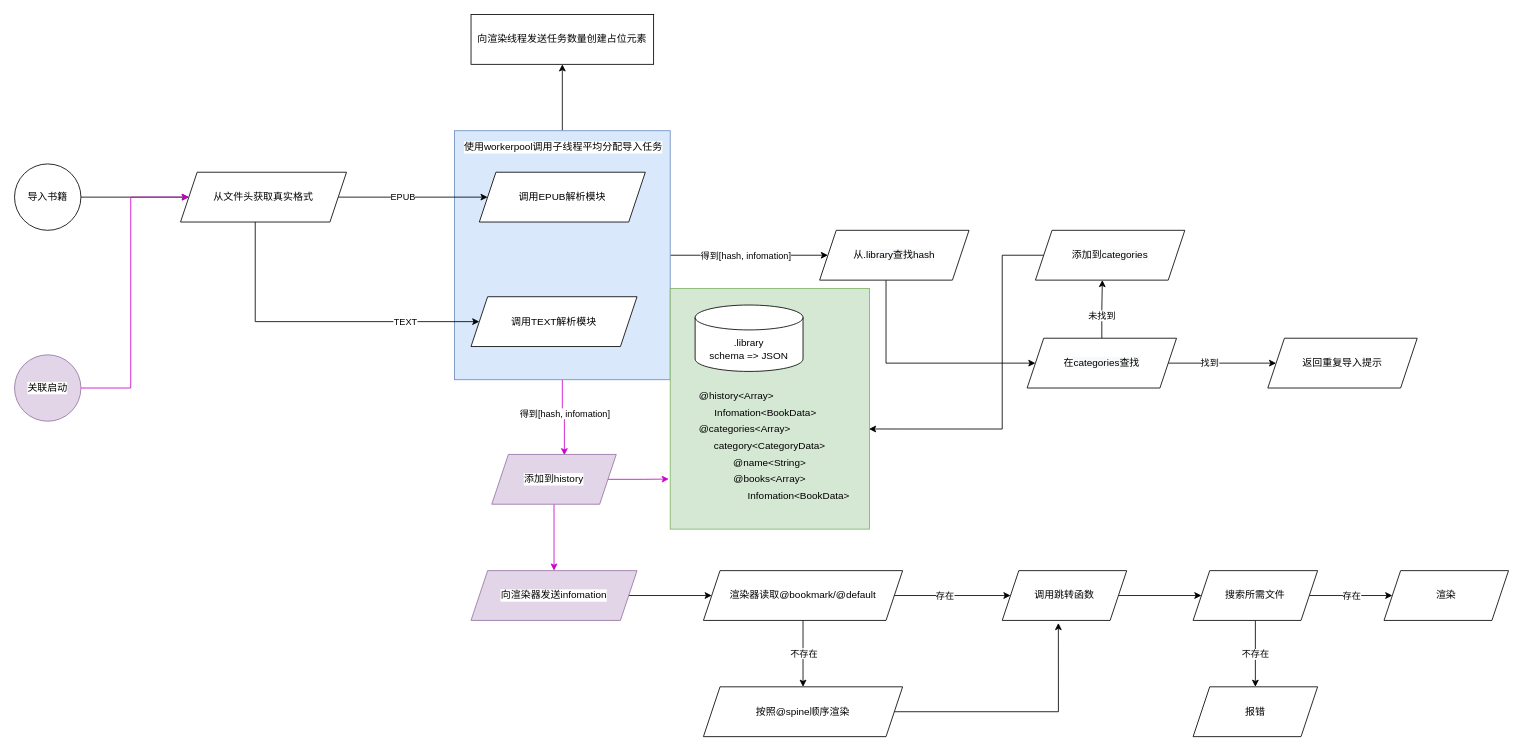
Above: page "Main" (1 of 4) of blueprint/Process.drawio in nsplup/aReader (draw.io), before the change. Source tidied: cells renumbered, new cells numbered last; positions are measured from the earlier drawing's top-left corner, leaving out a move shared by most shapes. Both pictures are drawn from the tidied source at 83%, with x=0, y=0 at pixel (14, 14).
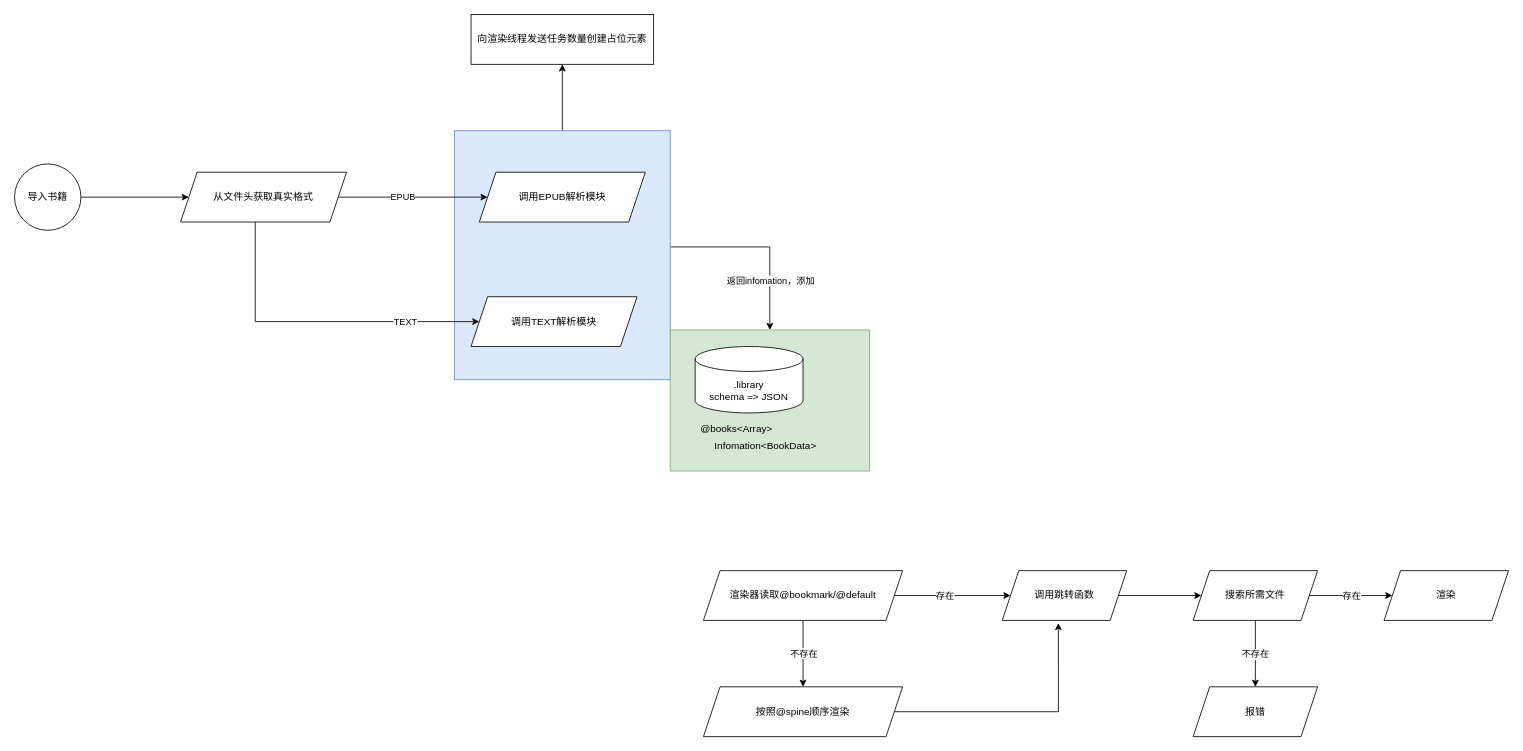
After the change.

Unchanged cells that the change refers to:
```xml
<mxCell id="7" style="rounded=0;whiteSpace=wrap;html=1;labelBackgroundColor=#FFFFFF;fillColor=#dae8fc;strokeColor=#6c8ebf;" parent="1" vertex="1">
  <mxGeometry x="530" y="140" width="260" height="300" as="geometry" />
</mxCell>
<mxCell id="15" value="从文件头获取真实格式" style="shape=parallelogram;perimeter=parallelogramPerimeter;whiteSpace=wrap;html=1;fixedSize=1;" parent="1" vertex="1">
  <mxGeometry x="200" y="190" width="200" height="60" as="geometry" />
</mxCell>
<mxCell id="48" value="渲染器读取@bookmark/@default" style="shape=parallelogram;perimeter=parallelogramPerimeter;whiteSpace=wrap;html=1;fixedSize=1;labelBackgroundColor=#FFFFFF;align=center;" parent="1" vertex="1">
  <mxGeometry x="830" y="670" width="240" height="60" as="geometry" />
</mxCell>
```

What changed in the source:
```diff
@@
-    <mxCell id="2" style="edgeStyle=orthogonalEdgeStyle;rounded=0;jettySize=auto;html=1;entryX=0;entryY=0.5;entryDx=0;entryDy=0;" parent="1" edge="1" source="7" target="30">
-      <mxGeometry relative="1" as="geometry" />
-    </mxCell>
-    <mxCell id="3" value="得到[hash, infomation]" style="edgeLabel;html=1;align=center;verticalAlign=middle;" parent="2" vertex="1">
-      <mxGeometry x="-0.33" y="3" relative="1" as="geometry">
-        <mxPoint x="26" y="3" as="offset" />
-      </mxGeometry>
-    </mxCell>
-    <mxCell id="4" style="edgeStyle=orthogonalEdgeStyle;rounded=0;jettySize=auto;html=1;entryX=0.583;entryY=0.017;entryDx=0;entryDy=0;entryPerimeter=0;strokeColor=#CC00CC;" parent="1" edge="1" source="7" target="41">
-      <mxGeometry relative="1" as="geometry" />
-    </mxCell>
-    <mxCell id="5" value="得到[hash, infomation]" style="edgeLabel;html=1;align=center;verticalAlign=middle;" parent="4" vertex="1">
-      <mxGeometry x="0.2" relative="1" as="geometry">
-        <mxPoint y="-12.9" as="offset" />
-      </mxGeometry>
-    </mxCell>
@@
+    <mxCell id="61" style="edgeStyle=orthogonalEdgeStyle;rounded=0;jettySize=auto;html=1;" parent="1" edge="1" source="7" target="8">
+      <mxGeometry relative="1" as="geometry">
+        <Array as="points">
+          <mxPoint x="910" y="280" />
+        </Array>
+      </mxGeometry>
+    </mxCell>
+    <mxCell id="62" value="返回infomation，添加" style="edgeLabel;html=1;align=center;verticalAlign=middle;" parent="61" vertex="1">
+      <mxGeometry x="-0.62" relative="1" as="geometry">
+        <mxPoint x="78.6" y="40" as="offset" />
+      </mxGeometry>
+    </mxCell>
@@
     <mxCell id="8" style="rounded=0;whiteSpace=wrap;html=1;fillColor=#d5e8d4;strokeColor=#82b366;" parent="1" vertex="1">
-      <mxGeometry x="790" y="330" width="240" height="290" as="geometry" />
+      <mxGeometry x="790" y="380" width="240" height="170" as="geometry" />
     </mxCell>
@@
     <mxCell id="16" value=".library&lt;br&gt;schema =&amp;gt; JSON" style="shape=cylinder3;whiteSpace=wrap;html=1;boundedLbl=1;backgroundOutline=1;size=15;" parent="1" vertex="1">
-      <mxGeometry x="820" y="350" width="130" height="80" as="geometry" />
+      <mxGeometry x="820" y="400" width="130" height="80" as="geometry" />
     </mxCell>
-    <mxCell id="17" value="@history&amp;lt;Array&amp;gt;" style="text;html=1;strokeColor=none;fillColor=none;align=center;verticalAlign=middle;whiteSpace=wrap;rounded=0;" parent="1" vertex="1">
-      <mxGeometry x="820" y="450" width="100" height="20" as="geometry" />
-    </mxCell>
-    <mxCell id="18" value="Infomation&amp;lt;BookData&amp;gt;" style="text;html=1;strokeColor=none;fillColor=none;align=center;verticalAlign=middle;whiteSpace=wrap;rounded=0;" parent="1" vertex="1">
-      <mxGeometry x="840" y="470" width="130" height="20" as="geometry" />
-    </mxCell>
-    <mxCell id="19" value="@categories&amp;lt;Array&amp;gt;" style="text;html=1;strokeColor=none;fillColor=none;align=center;verticalAlign=middle;whiteSpace=wrap;rounded=0;" parent="1" vertex="1">
-      <mxGeometry x="820" y="490" width="120" height="20" as="geometry" />
-    </mxCell>
-    <mxCell id="20" value="category&amp;lt;CategoryData&amp;gt;" style="text;html=1;strokeColor=none;fillColor=none;align=center;verticalAlign=middle;whiteSpace=wrap;rounded=0;" parent="1" vertex="1">
-      <mxGeometry x="840" y="510" width="140" height="20" as="geometry" />
-    </mxCell>
-    <mxCell id="21" value="@name&amp;lt;String&amp;gt;" style="text;html=1;strokeColor=none;fillColor=none;align=center;verticalAlign=middle;whiteSpace=wrap;rounded=0;" parent="1" vertex="1">
-      <mxGeometry x="860" y="530" width="100" height="20" as="geometry" />
-    </mxCell>
     <mxCell id="22" value="Infomation&amp;lt;BookData&amp;gt;" style="text;html=1;strokeColor=none;fillColor=none;align=center;verticalAlign=middle;whiteSpace=wrap;rounded=0;" parent="1" vertex="1">
-      <mxGeometry x="880" y="570" width="130" height="20" as="geometry" />
+      <mxGeometry x="840" y="510" width="130" height="20" as="geometry" />
     </mxCell>
     <mxCell id="23" value="@books&amp;lt;Array&amp;gt;" style="text;html=1;strokeColor=none;fillColor=none;align=center;verticalAlign=middle;whiteSpace=wrap;rounded=0;" parent="1" vertex="1">
-      <mxGeometry x="860" y="550" width="100" height="20" as="geometry" />
+      <mxGeometry x="820" y="490" width="100" height="20" as="geometry" />
     </mxCell>
@@
-    <mxCell id="26" value="使用workerpool调用子线程平均分配导入任务" style="text;html=1;strokeColor=none;fillColor=none;align=left;verticalAlign=middle;whiteSpace=wrap;rounded=0;labelBackgroundColor=#FFFFFF;" parent="1" vertex="1">
-      <mxGeometry x="540" y="150" width="250" height="20" as="geometry" />
-    </mxCell>
-    <mxCell id="27" style="edgeStyle=orthogonalEdgeStyle;rounded=0;jettySize=auto;html=1;exitX=0.5;exitY=0;exitDx=0;exitDy=0;entryX=0.448;entryY=0.998;entryDx=0;entryDy=0;entryPerimeter=0;" parent="1" edge="1" source="35" target="32">
-      <mxGeometry relative="1" as="geometry" />
-    </mxCell>
-    <mxCell id="28" value="未找到" style="edgeLabel;html=1;align=center;verticalAlign=middle;" parent="27" vertex="1">
-      <mxGeometry x="-0.21" y="1" relative="1" as="geometry" />
-    </mxCell>
-    <mxCell id="29" style="edgeStyle=orthogonalEdgeStyle;rounded=0;jettySize=auto;html=1;" parent="1" edge="1" source="30" target="35">
-      <mxGeometry relative="1" as="geometry">
-        <Array as="points">
-          <mxPoint x="1050" y="420" />
-        </Array>
-      </mxGeometry>
-    </mxCell>
-    <mxCell id="30" value="从.&lt;span style=&quot;background-color: rgb(248 , 249 , 250)&quot;&gt;library查找hash&lt;/span&gt;" style="shape=parallelogram;perimeter=parallelogramPerimeter;whiteSpace=wrap;html=1;fixedSize=1;labelBackgroundColor=#FFFFFF;align=center;" parent="1" vertex="1">
-      <mxGeometry x="970" y="260" width="180" height="60" as="geometry" />
-    </mxCell>
-    <mxCell id="31" style="edgeStyle=orthogonalEdgeStyle;rounded=0;jettySize=auto;html=1;entryX=0.998;entryY=0.584;entryDx=0;entryDy=0;entryPerimeter=0;" parent="1" edge="1" source="32" target="8">
-      <mxGeometry relative="1" as="geometry">
-        <Array as="points">
-          <mxPoint x="1190" y="290" />
-          <mxPoint x="1190" y="499" />
-        </Array>
-      </mxGeometry>
-    </mxCell>
-    <mxCell id="32" value="添加到&lt;span style=&quot;background-color: rgb(248 , 249 , 250)&quot;&gt;categories&lt;/span&gt;" style="shape=parallelogram;perimeter=parallelogramPerimeter;whiteSpace=wrap;html=1;fixedSize=1;labelBackgroundColor=#FFFFFF;align=center;" parent="1" vertex="1">
-      <mxGeometry x="1230" y="260" width="180" height="60" as="geometry" />
-    </mxCell>
-    <mxCell id="33" style="edgeStyle=orthogonalEdgeStyle;rounded=0;jettySize=auto;html=1;" parent="1" edge="1" source="35" target="36">
-      <mxGeometry relative="1" as="geometry" />
-    </mxCell>
-    <mxCell id="34" value="找到" style="edgeLabel;html=1;align=center;verticalAlign=middle;" parent="33" vertex="1">
-      <mxGeometry x="-0.24" y="1" relative="1" as="geometry" />
-    </mxCell>
-    <mxCell id="35" value="在&lt;span style=&quot;background-color: rgb(248 , 249 , 250)&quot;&gt;categories查找&lt;/span&gt;" style="shape=parallelogram;perimeter=parallelogramPerimeter;whiteSpace=wrap;html=1;fixedSize=1;labelBackgroundColor=#FFFFFF;align=center;" parent="1" vertex="1">
-      <mxGeometry x="1220" y="390" width="180" height="60" as="geometry" />
-    </mxCell>
-    <mxCell id="36" value="返回重复导入提示" style="shape=parallelogram;perimeter=parallelogramPerimeter;whiteSpace=wrap;html=1;fixedSize=1;labelBackgroundColor=#FFFFFF;align=center;" parent="1" vertex="1">
-      <mxGeometry x="1510" y="390" width="180" height="60" as="geometry" />
-    </mxCell>
-    <mxCell id="37" style="edgeStyle=orthogonalEdgeStyle;rounded=0;jettySize=auto;html=1;entryX=0;entryY=0.5;entryDx=0;entryDy=0;strokeColor=#CC00CC;" parent="1" edge="1" source="38" target="15">
-      <mxGeometry relative="1" as="geometry">
-        <Array as="points">
-          <mxPoint x="140" y="450" />
-          <mxPoint x="140" y="220" />
-        </Array>
-      </mxGeometry>
-    </mxCell>
-    <mxCell id="38" value="关联启动" style="ellipse;whiteSpace=wrap;html=1;labelBackgroundColor=#FFFFFF;align=center;fillColor=#e1d5e7;strokeColor=#9673a6;" parent="1" vertex="1">
-      <mxGeometry y="410" width="80" height="80" as="geometry" />
-    </mxCell>
-    <mxCell id="39" style="edgeStyle=orthogonalEdgeStyle;rounded=0;jettySize=auto;html=1;entryX=-0.007;entryY=0.792;entryDx=0;entryDy=0;entryPerimeter=0;strokeColor=#CC00CC;" parent="1" edge="1" source="41" target="8">
-      <mxGeometry relative="1" as="geometry" />
-    </mxCell>
-    <mxCell id="40" style="edgeStyle=orthogonalEdgeStyle;rounded=0;jettySize=auto;html=1;strokeColor=#CC00CC;" parent="1" edge="1" source="41" target="43">
-      <mxGeometry relative="1" as="geometry" />
-    </mxCell>
-    <mxCell id="41" value="添加到history" style="shape=parallelogram;perimeter=parallelogramPerimeter;whiteSpace=wrap;html=1;fixedSize=1;labelBackgroundColor=#FFFFFF;align=center;fillColor=#e1d5e7;strokeColor=#9673a6;" parent="1" vertex="1">
-      <mxGeometry x="575" y="530" width="150" height="60" as="geometry" />
-    </mxCell>
-    <mxCell id="42" style="edgeStyle=orthogonalEdgeStyle;rounded=0;jettySize=auto;html=1;strokeColor=#000000;" parent="1" edge="1" source="43" target="48">
-      <mxGeometry relative="1" as="geometry" />
-    </mxCell>
-    <mxCell id="43" value="向渲染器发送infomation" style="shape=parallelogram;perimeter=parallelogramPerimeter;whiteSpace=wrap;html=1;fixedSize=1;labelBackgroundColor=#FFFFFF;align=center;fillColor=#e1d5e7;strokeColor=#9673a6;" parent="1" vertex="1">
-      <mxGeometry x="550" y="670" width="200" height="60" as="geometry" />
-    </mxCell>
```
